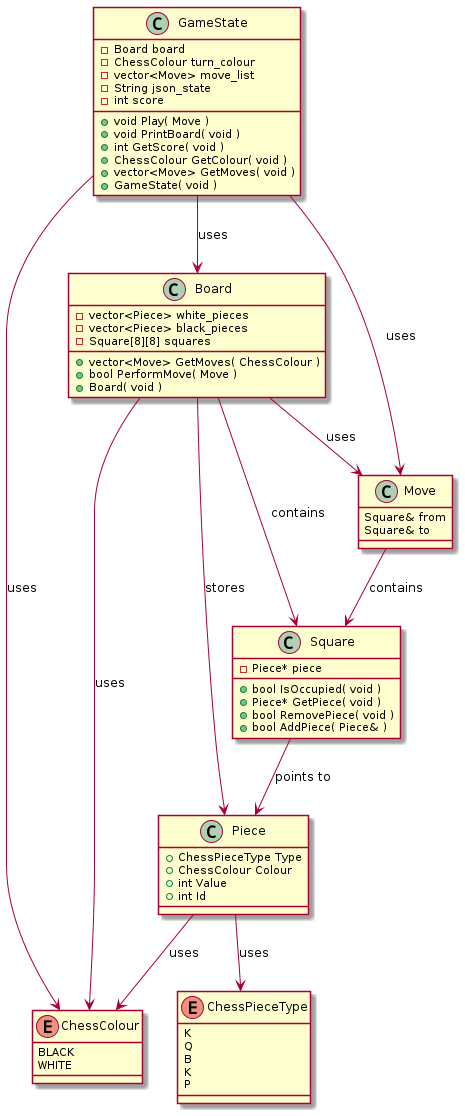
This is doc/class_diagram.png from aidan-bailey/cpp-chess, a PlantUML export, as it was before one commit.
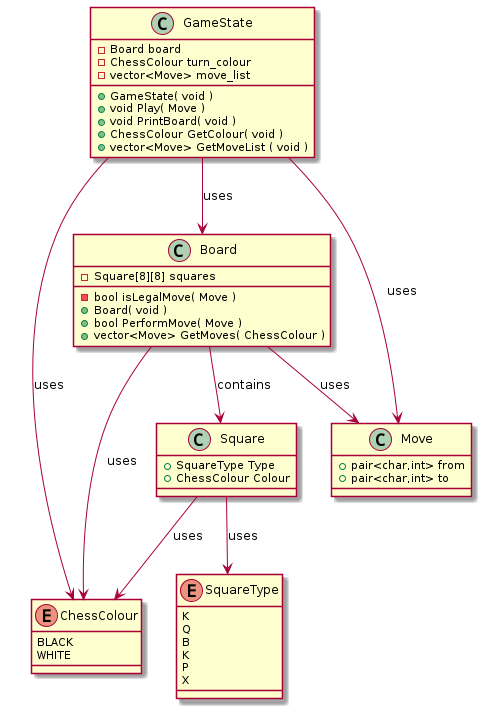
Later version of the same file.

The edit, as a diff of the source:
```diff
@@ -3,58 +3,43 @@
     BLACK
     WHITE
 }
-enum ChessPieceType {
+enum SquareType {
     K
     Q
     B
     K
     P
+    X
 }
-class Piece {
-    +ChessPieceType Type
+class Square {
+    +SquareType Type
     +ChessColour Colour
-    +int Value
-    +int Id
 }
-Piece --> ChessPieceType : uses
-Piece --> ChessColour : uses
-class Square {
-    -Piece* piece
-    +bool IsOccupied( void )
-    +Piece* GetPiece( void )
-    +bool RemovePiece( void )
-    +bool AddPiece( Piece& )
-}
-Square --> Piece : points to
+Square --> SquareType : uses
+Square --> ChessColour : uses
 class Board {
-    -vector<Piece> white_pieces
-    -vector<Piece> black_pieces
     -Square[8][8] squares
+    -bool isLegalMove( Move )
+    +Board( void )
+    +bool PerformMove( Move )
     +vector<Move> GetMoves( ChessColour )
-    +bool PerformMove( Move )
-    +Board( void )
 }
 class Move {
-    Square& from
-    Square& to
+    +pair<char,int> from
+    +pair<char,int> to
 }
-Move --> Square : contains
 Board --> Move : uses
 Board --> Square : contains
-Board --> Piece : stores
 Board --> ChessColour : uses
 class GameState {
     -Board board
     -ChessColour turn_colour
     -vector<Move> move_list
-    -String json_state
-    -int score
+    +GameState( void )
     +void Play( Move )
     +void PrintBoard( void )
-    +int GetScore( void )
     +ChessColour GetColour( void )
-    +vector<Move> GetMoves( void )
-    +GameState( void )
+    +vector<Move> GetMoveList ( void )
 }
 GameState --> Board : uses
 GameState --> ChessColour : uses
```
